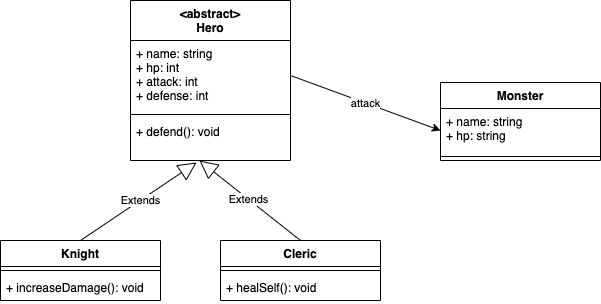
Earlier version of the draw.io export docs/poo/img/uml01.png (yostane/cours-techniques-de-programmation). Source tidied: cells renumbered, new cells last; positions are measured from the earlier drawing's top-left corner, leaving out a move shared by most shapes.
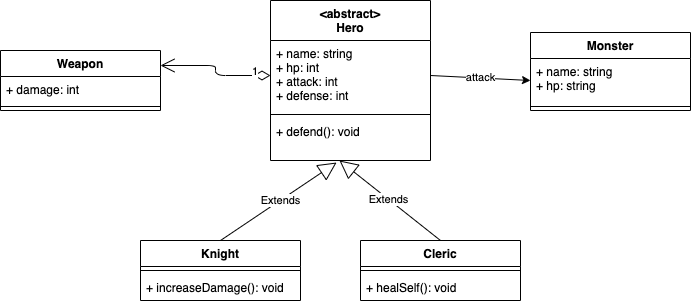
After the change.

Commit message:
maj diagramme

Diff of the diagram source:
```diff
@@ -15,7 +15,7 @@
       <mxGeometry y="118" width="160" height="42" as="geometry" />
     </mxCell>
     <mxCell id="6" value="Monster" style="swimlane;fontStyle=1;align=center;verticalAlign=top;horizontal=1;startSize=26;" parent="1" vertex="1">
-      <mxGeometry x="440" y="82" width="160" height="78" as="geometry" />
+      <mxGeometry x="390" y="32" width="160" height="78" as="geometry" />
     </mxCell>
     <mxCell id="7" value="+ name: string&#10;+ hp: string" style="text;strokeColor=none;fillColor=none;align=left;verticalAlign=top;spacingLeft=4;spacingRight=4;overflow=hidden;points=[[0,0.5],[1,0.5]];portConstraint=eastwest;" parent="6" vertex="1">
       <mxGeometry y="26" width="160" height="44" as="geometry" />
@@ -54,5 +54,17 @@
     <mxCell id="17" value="+ increaseDamage(): void" style="text;strokeColor=none;fillColor=none;align=left;verticalAlign=top;spacingLeft=4;spacingRight=4;overflow=hidden;" parent="15" vertex="1">
       <mxGeometry y="34" width="160" height="26" as="geometry" />
     </mxCell>
+    <mxCell id="18" value="Weapon" style="swimlane;fontStyle=1;align=center;verticalAlign=top;horizontal=1;startSize=26;" parent="1" vertex="1">
+      <mxGeometry x="-140" y="50" width="160" height="60" as="geometry" />
+    </mxCell>
+    <mxCell id="19" value="+ damage: int" style="text;strokeColor=none;fillColor=none;align=left;verticalAlign=top;spacingLeft=4;spacingRight=4;overflow=hidden;" parent="18" vertex="1">
+      <mxGeometry y="26" width="160" height="26" as="geometry" />
+    </mxCell>
+    <mxCell id="20" style="line;strokeWidth=1;fillColor=none;align=left;verticalAlign=middle;spacingTop=-1;spacingLeft=3;spacingRight=3;labelPosition=right;strokeColor=inherit;" parent="18" vertex="1">
+      <mxGeometry y="52" width="160" height="8" as="geometry" />
+    </mxCell>
+    <mxCell id="21" value="1" style="endArrow=open;html=1;endSize=12;startArrow=diamondThin;startSize=14;startFill=0;edgeStyle=orthogonalEdgeStyle;align=left;verticalAlign=bottom;exitX=0;exitY=0.5;exitDx=0;exitDy=0;entryX=1;entryY=0.25;entryDx=0;entryDy=0;" parent="1" edge="1" source="3" target="18">
+      <mxGeometry x="-0.67" y="5" relative="1" as="geometry" />
+    </mxCell>
   </root>
 </mxGraphModel>
```
